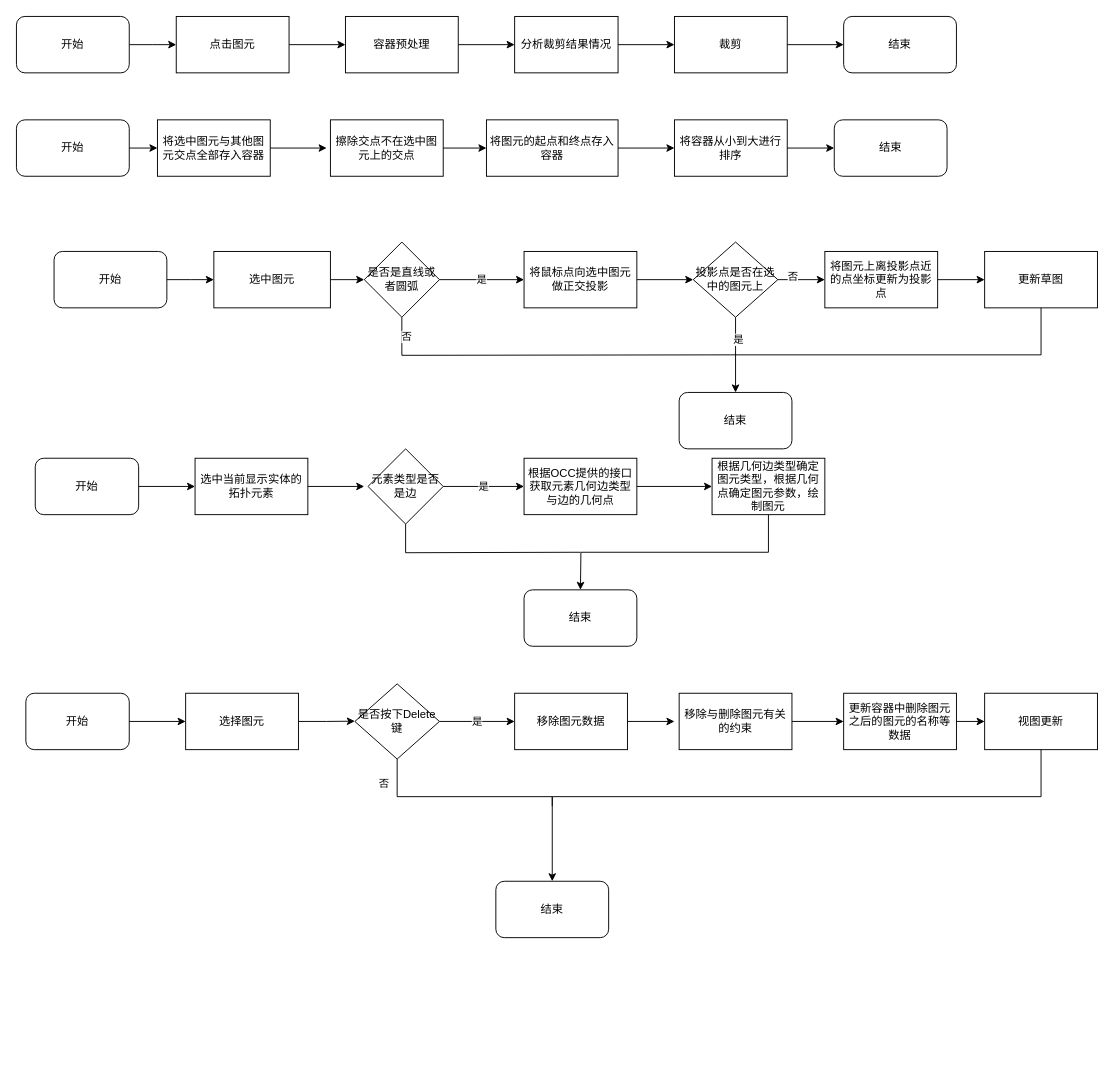
This is 裁剪流程图.drawio from liuhuliuhu123/First-test, a draw.io file, before an edit. Source tidied: cells renumbered, new cells numbered last; positions are measured from the earlier drawing's top-left corner, leaving out a move shared by most shapes. Both pictures are drawn from the tidied source at 94%, with x=0, y=0 at pixel (16, 16).
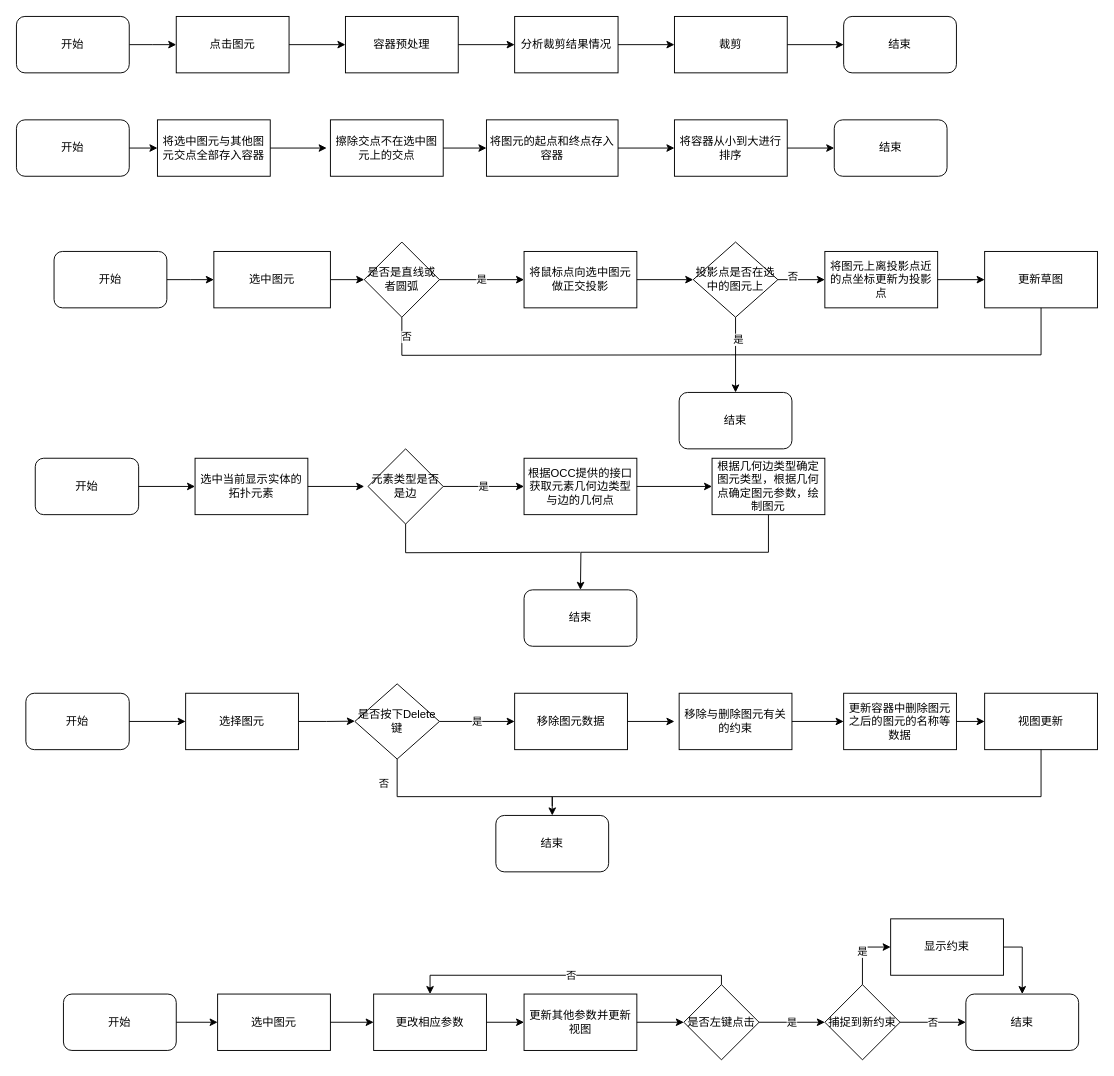
The same page after the edit.

Commit message:
更新裁剪流程图.drawio

Unchanged cells that the change refers to:
```xml
<mxCell id="68" value="视图更新" style="rounded=0;whiteSpace=wrap;html=1;" parent="1" vertex="1">
  <mxGeometry x="1030" y="720" width="120" height="60" as="geometry" />
</mxCell>
```

Diff of the diagram source:
```diff
@@
     <mxCell id="69" style="endArrow=classic;html=1;rounded=0;exitX=0.5;exitY=1;exitDx=0;exitDy=0;edgeStyle=orthogonalEdgeStyle;" parent="1" edge="1" source="68">
       <mxGeometry relative="1" as="geometry">
-        <mxPoint x="570" y="920" as="targetPoint" />
+        <mxPoint x="570" y="850" as="targetPoint" />
         <Array as="points">
           <mxPoint x="1090" y="830" />
           <mxPoint x="570" y="830" />
         </Array>
       </mxGeometry>
     </mxCell>
     <mxCell id="70" value="结束" style="rounded=1;whiteSpace=wrap;html=1;" parent="1" vertex="1">
-      <mxGeometry x="510" y="920" width="120" height="60" as="geometry" />
+      <mxGeometry x="510" y="850" width="120" height="60" as="geometry" />
     </mxCell>
@@
+    <mxCell id="73" value="开始" style="rounded=1;whiteSpace=wrap;html=1;" parent="1" vertex="1">
+      <mxGeometry x="50" y="1040" width="120" height="60" as="geometry" />
+    </mxCell>
+    <mxCell id="74" style="endArrow=classic;html=1;rounded=0;exitX=1;exitY=0.5;exitDx=0;exitDy=0;entryX=0;entryY=0.5;entryDx=0;entryDy=0;" parent="1" edge="1" source="73" target="75">
+      <mxGeometry relative="1" as="geometry" />
+    </mxCell>
+    <mxCell id="75" value="选中图元" style="rounded=0;whiteSpace=wrap;html=1;" parent="1" vertex="1">
+      <mxGeometry x="214" y="1040" width="120" height="60" as="geometry" />
+    </mxCell>
+    <mxCell id="76" style="endArrow=classic;html=1;rounded=0;exitX=1;exitY=0.5;exitDx=0;exitDy=0;" parent="1" edge="1" source="75">
+      <mxGeometry relative="1" as="geometry">
+        <mxPoint x="380" y="1070" as="targetPoint" />
+      </mxGeometry>
+    </mxCell>
+    <mxCell id="77" value="更改相应参数" style="rounded=0;whiteSpace=wrap;html=1;" parent="1" vertex="1">
+      <mxGeometry x="380" y="1040" width="120" height="60" as="geometry" />
+    </mxCell>
+    <mxCell id="78" value="是否左键点击" style="rhombus;whiteSpace=wrap;html=1;" parent="1" vertex="1">
+      <mxGeometry x="710" y="1030" width="80" height="80" as="geometry" />
+    </mxCell>
+    <mxCell id="79" value="是" style="endArrow=classic;html=1;rounded=0;exitX=1;exitY=0.5;exitDx=0;exitDy=0;" parent="1" edge="1" source="78">
+      <mxGeometry relative="1" as="geometry">
+        <mxPoint x="860" y="1070" as="targetPoint" />
+      </mxGeometry>
+    </mxCell>
+    <mxCell id="80" value="否" style="endArrow=classic;html=1;rounded=0;exitX=0.5;exitY=0;exitDx=0;exitDy=0;edgeStyle=orthogonalEdgeStyle;entryX=0.5;entryY=0;entryDx=0;entryDy=0;" parent="1" edge="1" source="78" target="77">
+      <mxGeometry relative="1" as="geometry">
+        <Array as="points">
+          <mxPoint x="750" y="1020" />
+          <mxPoint x="440" y="1020" />
+        </Array>
+      </mxGeometry>
+    </mxCell>
+    <mxCell id="81" value="更新其他参数并更新视图" style="rounded=0;whiteSpace=wrap;html=1;" parent="1" vertex="1">
+      <mxGeometry x="540" y="1040" width="120" height="60" as="geometry" />
+    </mxCell>
+    <mxCell id="82" style="endArrow=classic;html=1;rounded=0;exitX=1;exitY=0.5;exitDx=0;exitDy=0;entryX=0;entryY=0.5;entryDx=0;entryDy=0;" parent="1" edge="1" source="77" target="81">
+      <mxGeometry relative="1" as="geometry" />
+    </mxCell>
+    <mxCell id="83" style="endArrow=classic;html=1;rounded=0;exitX=1;exitY=0.5;exitDx=0;exitDy=0;entryX=0;entryY=0.5;entryDx=0;entryDy=0;" parent="1" edge="1" source="81" target="78">
+      <mxGeometry relative="1" as="geometry" />
+    </mxCell>
+    <mxCell id="84" value="捕捉到新约束" style="rhombus;whiteSpace=wrap;html=1;" parent="1" vertex="1">
+      <mxGeometry x="860" y="1030" width="80" height="80" as="geometry" />
+    </mxCell>
+    <mxCell id="85" value="结束" style="rounded=1;whiteSpace=wrap;html=1;" parent="1" vertex="1">
+      <mxGeometry x="1010" y="1040" width="120" height="60" as="geometry" />
+    </mxCell>
+    <mxCell id="86" value="否" style="endArrow=classic;html=1;rounded=0;exitX=1;exitY=0.5;exitDx=0;exitDy=0;entryX=0;entryY=0.5;entryDx=0;entryDy=0;" parent="1" edge="1" source="84" target="85">
+      <mxGeometry relative="1" as="geometry" />
+    </mxCell>
+    <mxCell id="87" value="是" style="endArrow=classic;html=1;rounded=0;exitX=0.5;exitY=0;exitDx=0;exitDy=0;edgeStyle=orthogonalEdgeStyle;entryX=0;entryY=0.5;entryDx=0;entryDy=0;" parent="1" edge="1" source="84" target="88">
+      <mxGeometry relative="1" as="geometry" />
+    </mxCell>
+    <mxCell id="88" value="显示约束" style="rounded=0;whiteSpace=wrap;html=1;" parent="1" vertex="1">
+      <mxGeometry x="930" y="960" width="120" height="60" as="geometry" />
+    </mxCell>
+    <mxCell id="89" style="endArrow=classic;html=1;rounded=0;exitX=1;exitY=0.5;exitDx=0;exitDy=0;edgeStyle=orthogonalEdgeStyle;entryX=0.5;entryY=0;entryDx=0;entryDy=0;" parent="1" edge="1" source="88" target="85">
+      <mxGeometry relative="1" as="geometry" />
+    </mxCell>
```
